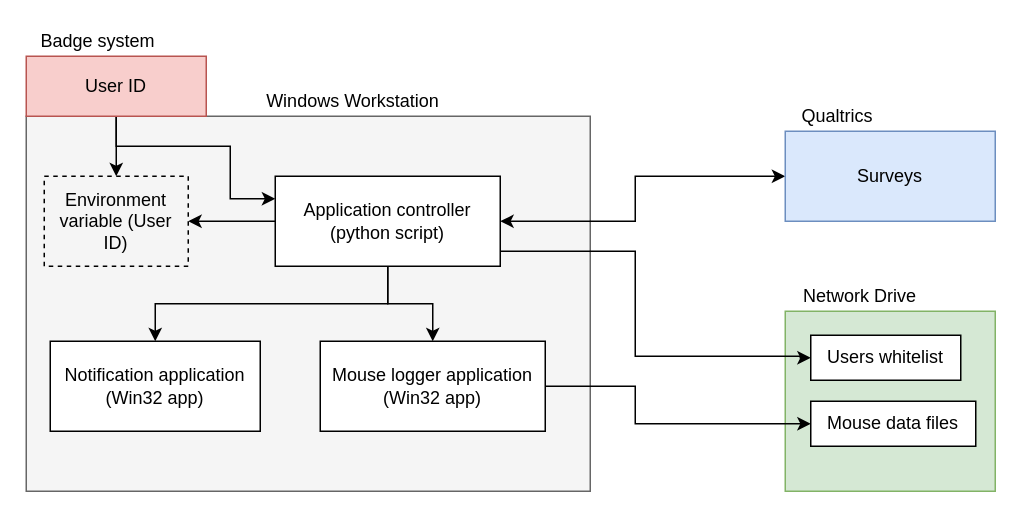
This is img/architecture.drawio from PervasiveWellbeingTech/windows-logger-app-v2, a draw.io file, before an edit. Source tidied: cells renumbered, new cells numbered last; positions are measured from the earlier drawing's top-left corner, leaving out a move shared by most shapes. Both pictures are drawn from the tidied source at 150%, with x=0, y=0 at pixel (26, 26).
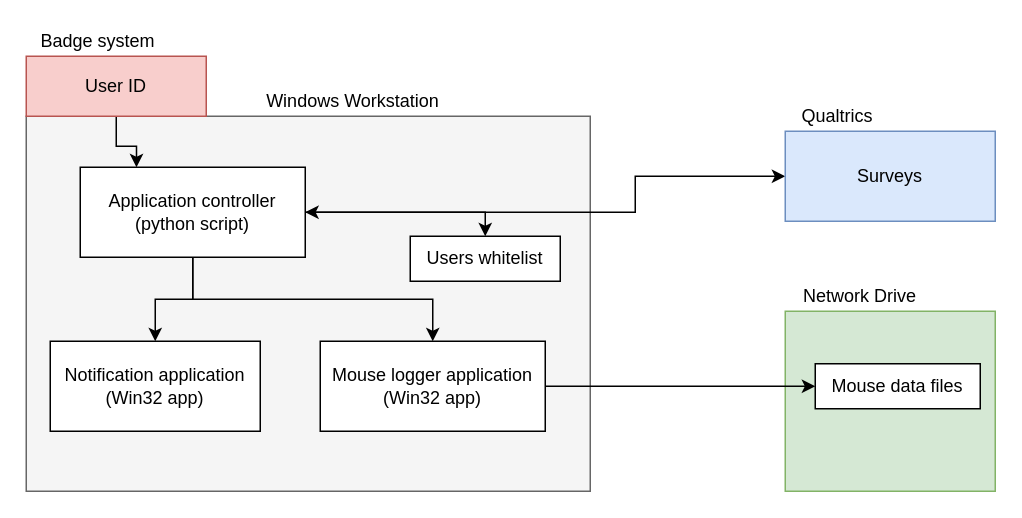
Above is the later version.

Commit message (it also covers changes not shown here):
updated architecture diagrams

Unchanged cells that the change refers to:
```xml
<mxCell id="7" value="User ID" style="rounded=0;whiteSpace=wrap;html=1;fillColor=#f8cecc;strokeColor=#b85450;" parent="1" vertex="1">
  <mxGeometry y="20" width="120" height="40" as="geometry" />
</mxCell>
<mxCell id="18" value="Mouse logger application (Win32 app)" style="rounded=0;whiteSpace=wrap;html=1;strokeColor=#000000;" parent="1" vertex="1">
  <mxGeometry x="196" y="210" width="150" height="60" as="geometry" />
</mxCell>
<mxCell id="19" value="Surveys" style="rounded=0;whiteSpace=wrap;html=1;strokeColor=#6c8ebf;fillColor=#dae8fc;" parent="1" vertex="1">
  <mxGeometry x="506" y="70" width="140" height="60" as="geometry" />
</mxCell>
```

The edit, as a diff of the source:
```diff
@@
-    <mxCell id="5" style="edgeStyle=orthogonalEdgeStyle;rounded=0;jettySize=auto;html=1;exitX=0.5;exitY=1;exitDx=0;exitDy=0;entryX=0.5;entryY=0;entryDx=0;entryDy=0;" parent="1" edge="1" source="7" target="9">
-      <mxGeometry relative="1" as="geometry" />
-    </mxCell>
-    <mxCell id="6" style="edgeStyle=orthogonalEdgeStyle;rounded=0;jettySize=auto;html=1;exitX=0.5;exitY=1;exitDx=0;exitDy=0;entryX=0;entryY=0.25;entryDx=0;entryDy=0;" parent="1" edge="1" source="7" target="15">
+    <mxCell id="6" style="edgeStyle=orthogonalEdgeStyle;rounded=0;jettySize=auto;html=1;exitX=0.5;exitY=1;exitDx=0;exitDy=0;entryX=0.25;entryY=0;entryDx=0;entryDy=0;" parent="1" edge="1" source="7" target="15">
       <mxGeometry relative="1" as="geometry">
         <Array as="points">
           <mxPoint x="60" y="80" />
-          <mxPoint x="136" y="80" />
-          <mxPoint x="136" y="115" />
+          <mxPoint x="74" y="80" />
         </Array>
       </mxGeometry>
     </mxCell>
@@
-    <mxCell id="9" value="Environment variable (User ID)" style="text;html=1;align=center;verticalAlign=middle;whiteSpace=wrap;rounded=0;dashed=1;strokeColor=#000000;" parent="1" vertex="1">
-      <mxGeometry x="12" y="100" width="96" height="60" as="geometry" />
-    </mxCell>
@@
-    <mxCell id="12" style="edgeStyle=orthogonalEdgeStyle;rounded=0;jettySize=auto;html=1;exitX=0;exitY=0.5;exitDx=0;exitDy=0;entryX=1;entryY=0.5;entryDx=0;entryDy=0;" parent="1" edge="1" source="15" target="9">
-      <mxGeometry relative="1" as="geometry" />
-    </mxCell>
     <mxCell id="13" style="edgeStyle=orthogonalEdgeStyle;rounded=0;jettySize=auto;html=1;exitX=1;exitY=0.5;exitDx=0;exitDy=0;entryX=0;entryY=0.5;entryDx=0;entryDy=0;startArrow=classic;startFill=1;" parent="1" edge="1" source="15" target="19">
       <mxGeometry relative="1" as="geometry">
         <Array as="points">
-          <mxPoint x="406" y="130" />
+          <mxPoint x="406" y="124" />
           <mxPoint x="406" y="100" />
         </Array>
       </mxGeometry>
     </mxCell>
-    <mxCell id="14" style="edgeStyle=orthogonalEdgeStyle;rounded=0;jettySize=auto;html=1;exitX=1;exitY=0.5;exitDx=0;exitDy=0;entryX=0;entryY=0.5;entryDx=0;entryDy=0;" parent="1" edge="1" source="15" target="22">
+    <mxCell id="14" style="edgeStyle=orthogonalEdgeStyle;rounded=0;jettySize=auto;html=1;exitX=1;exitY=0.5;exitDx=0;exitDy=0;entryX=0.5;entryY=0;entryDx=0;entryDy=0;" parent="1" edge="1" source="15" target="22">
       <mxGeometry relative="1" as="geometry">
         <Array as="points">
-          <mxPoint x="316" y="150" />
-          <mxPoint x="406" y="150" />
-          <mxPoint x="406" y="220" />
-          <mxPoint x="516" y="220" />
-          <mxPoint x="516" y="221" />
+          <mxPoint x="306" y="124" />
         </Array>
       </mxGeometry>
     </mxCell>
     <mxCell id="15" value="Application controller (python script)" style="rounded=0;whiteSpace=wrap;html=1;strokeColor=#000000;" parent="1" vertex="1">
-      <mxGeometry x="166" y="100" width="150" height="60" as="geometry" />
+      <mxGeometry x="36" y="94" width="150" height="60" as="geometry" />
     </mxCell>
@@
     <mxCell id="17" style="edgeStyle=orthogonalEdgeStyle;rounded=0;jettySize=auto;html=1;exitX=1;exitY=0.5;exitDx=0;exitDy=0;entryX=0;entryY=0.5;entryDx=0;entryDy=0;" parent="1" edge="1" source="18" target="23">
       <mxGeometry relative="1" as="geometry">
         <Array as="points">
-          <mxPoint x="406" y="240" />
-          <mxPoint x="406" y="265" />
+          <mxPoint x="466" y="240" />
+          <mxPoint x="466" y="240" />
         </Array>
       </mxGeometry>
     </mxCell>
@@
     <mxCell id="22" value="Users whitelist" style="rounded=0;whiteSpace=wrap;html=1;strokeColor=#000000;" parent="1" vertex="1">
-      <mxGeometry x="523" y="206" width="100" height="30" as="geometry" />
+      <mxGeometry x="256" y="140" width="100" height="30" as="geometry" />
     </mxCell>
     <mxCell id="23" value="Mouse data files" style="rounded=0;whiteSpace=wrap;html=1;strokeColor=#000000;" parent="1" vertex="1">
-      <mxGeometry x="523" y="250" width="110" height="30" as="geometry" />
+      <mxGeometry x="526" y="225" width="110" height="30" as="geometry" />
     </mxCell>
```
